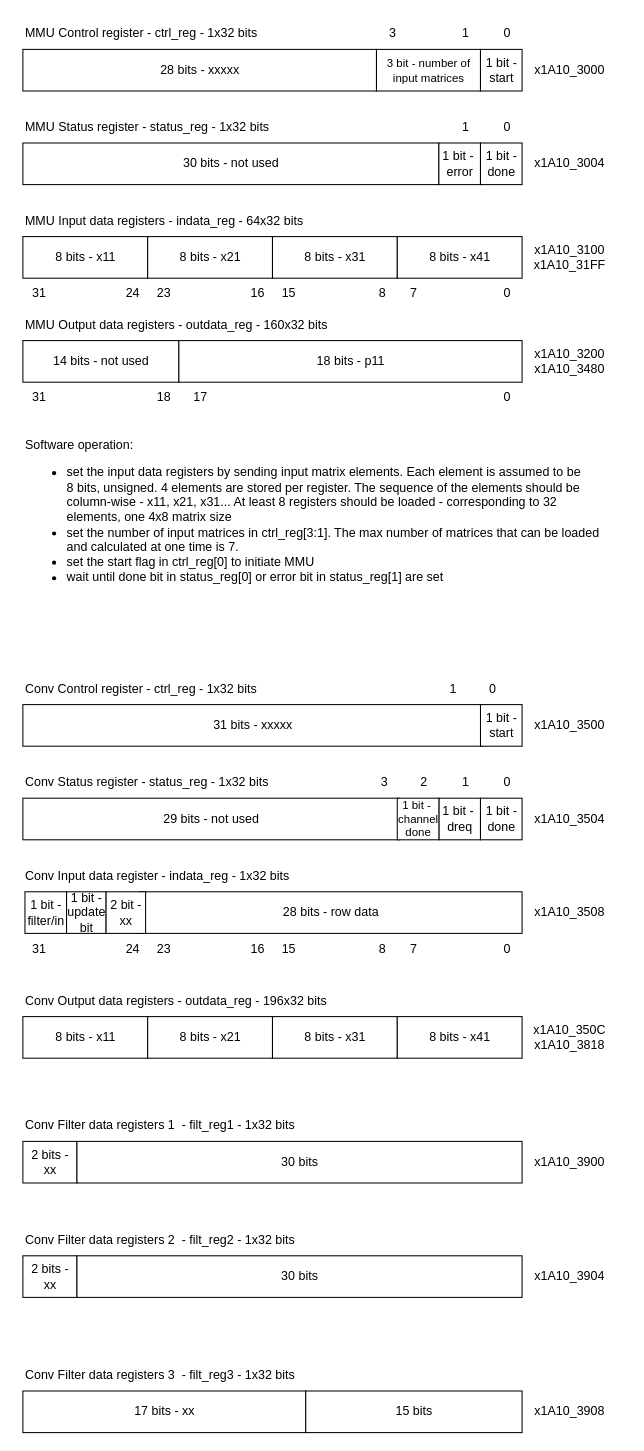
This is page "APB MMU and Conv RegMap" (1 of 7) of Diagrams.drawio from thevenus/etin35-pulpino, a draw.io file, before an edit. Source tidied: cells renumbered, new cells numbered last; positions are measured from the earlier drawing's top-left corner, leaving out a move shared by most shapes. Both pictures are drawn from the tidied source at 104%, with x=0, y=0 at pixel (17, 18).
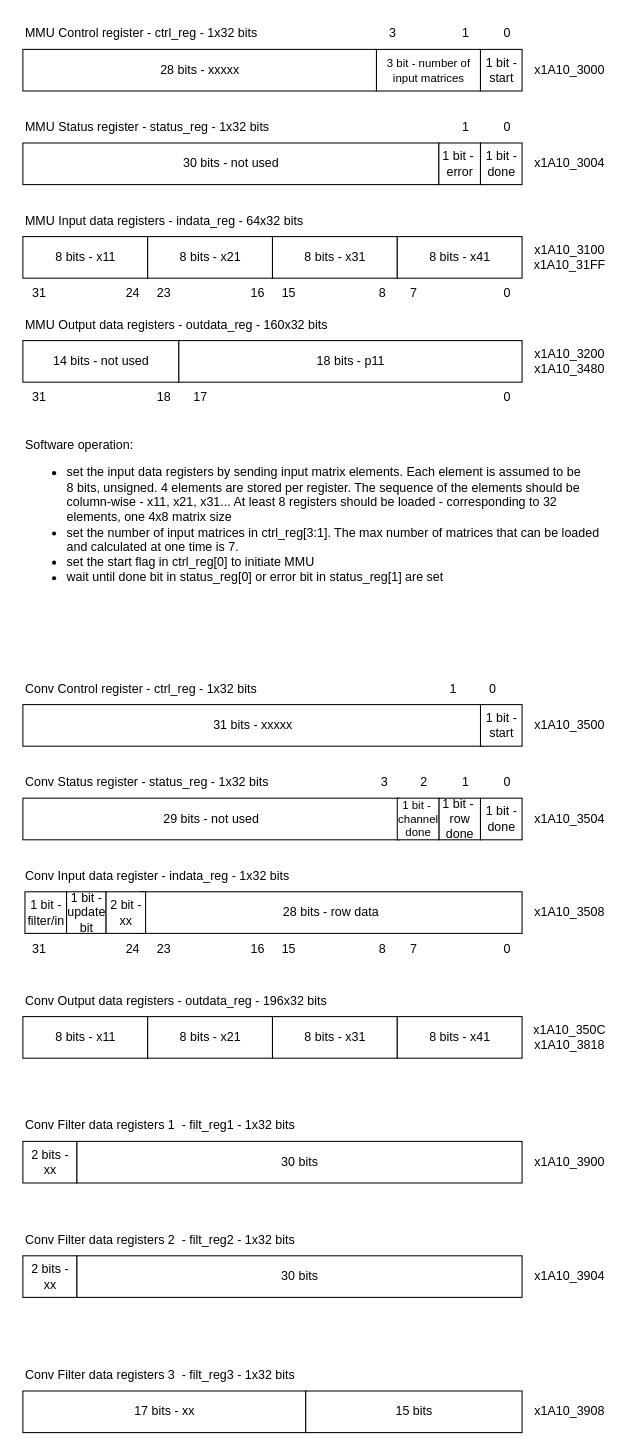
Above is the later version.

The edit, as a diff of the source:
```diff
@@
-    <mxCell id="50" value="&lt;div&gt;1 bit -&amp;nbsp;&lt;/div&gt;&lt;div&gt;dreq&lt;/div&gt;" style="rounded=0;whiteSpace=wrap;html=1;" parent="1" vertex="1">
+    <mxCell id="50" value="&lt;div&gt;1 bit -&amp;nbsp;&lt;/div&gt;&lt;div&gt;row done&lt;br&gt;&lt;/div&gt;" style="rounded=0;whiteSpace=wrap;html=1;" parent="1" vertex="1">
       <mxGeometry x="405.5" y="750" width="40" height="40" as="geometry" />
     </mxCell>
```
